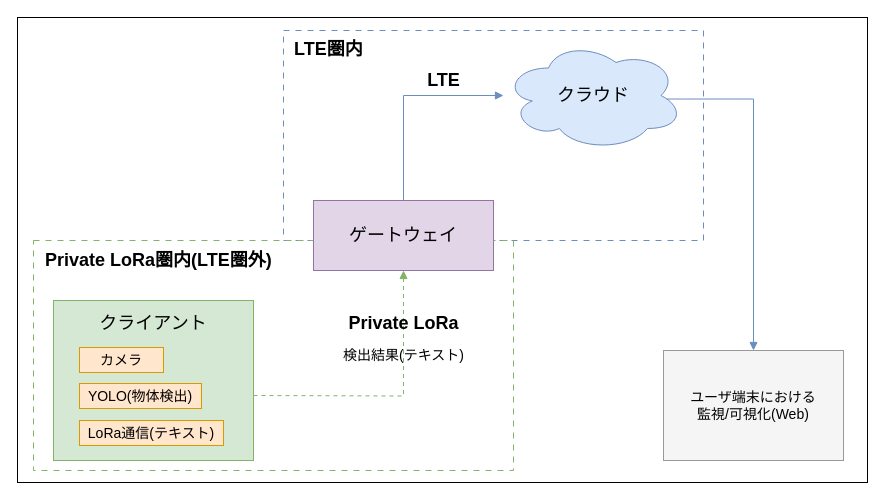
This is images/system.drawio from Applica-760/contest-archive, a draw.io file, before an edit. Source tidied: cells renumbered, new cells numbered last; positions are measured from the earlier drawing's top-left corner, leaving out a move shared by most shapes. Both pictures are drawn from the tidied source at 100%, with x=0, y=0 at pixel (17, 17).
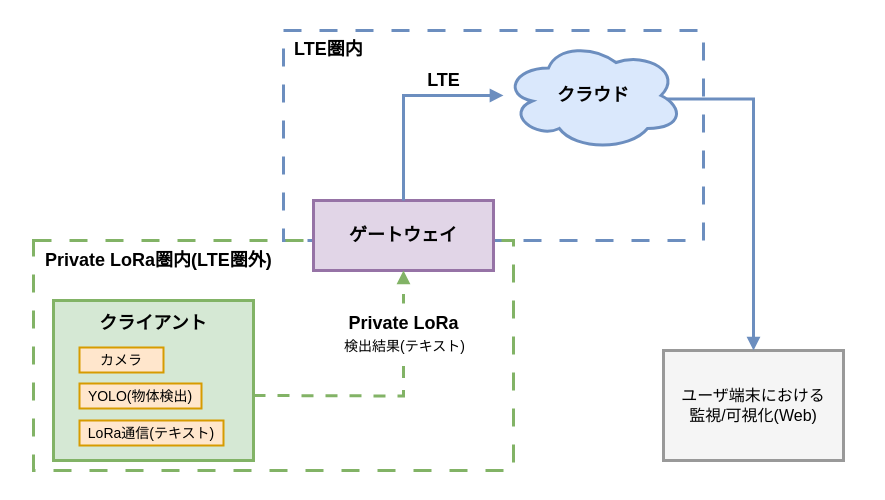
The same diagram, later.

Diff of the diagram source:
```diff
@@
-    <mxCell id="2" style="whiteSpace=wrap;html=1;fillColor=light-dark(#FFFFFF,#000000);" parent="1" vertex="1">
+    <mxCell id="2" style="whiteSpace=wrap;html=1;fillColor=light-dark(#FFFFFF,#000000);strokeColor=none;" parent="1" vertex="1">
       <mxGeometry width="850" height="465" as="geometry" />
     </mxCell>
-    <mxCell id="3" style="shape=rectangle;whiteSpace=wrap;html=1;rounded=0;dashed=1;dashPattern=6 6;strokeColor=#6c8ebf;fillColor=none;" parent="1" vertex="1">
+    <mxCell id="3" style="shape=rectangle;whiteSpace=wrap;html=1;rounded=0;dashed=1;dashPattern=6 6;strokeColor=#6c8ebf;fillColor=none;strokeWidth=3;" parent="1" vertex="1">
       <mxGeometry x="266" y="13" width="420" height="210" as="geometry" />
     </mxCell>
-    <mxCell id="4" style="shape=rectangle;whiteSpace=wrap;html=1;rounded=0;dashed=1;dashPattern=6 6;strokeColor=#82b366;fillColor=none;" parent="1" vertex="1">
+    <mxCell id="4" style="shape=rectangle;whiteSpace=wrap;html=1;rounded=0;dashed=1;dashPattern=6 6;strokeColor=#82b366;fillColor=none;strokeWidth=3;" parent="1" vertex="1">
       <mxGeometry x="16" y="223" width="480" height="230" as="geometry" />
     </mxCell>
-    <mxCell id="5" value="&lt;font style=&quot;font-size: 18px;&quot;&gt;クラウド&lt;/font&gt;" style="whiteSpace=wrap;html=1;shape=cloud;fillColor=#dae8fc;strokeColor=#6c8ebf;fontSize=16;" parent="1" vertex="1">
+    <mxCell id="5" value="&lt;font style=&quot;font-size: 18px;&quot;&gt;&lt;b&gt;クラウド&lt;/b&gt;&lt;/font&gt;" style="whiteSpace=wrap;html=1;shape=cloud;fillColor=#dae8fc;strokeColor=#6c8ebf;fontSize=16;strokeWidth=3;" parent="1" vertex="1">
       <mxGeometry x="486" y="23" width="180" height="110" as="geometry" />
     </mxCell>
-    <mxCell id="6" value="&lt;font style=&quot;font-size: 18px;&quot;&gt;ゲートウェイ&lt;/font&gt;" style="rounded=0;whiteSpace=wrap;html=1;fillColor=#e1d5e7;strokeColor=#9673a6;fontSize=16;" parent="1" vertex="1">
+    <mxCell id="6" value="&lt;font style=&quot;font-size: 18px;&quot;&gt;&lt;b&gt;ゲートウェイ&lt;/b&gt;&lt;/font&gt;" style="rounded=0;whiteSpace=wrap;html=1;fillColor=#e1d5e7;strokeColor=#9673a6;fontSize=16;strokeWidth=3;" parent="1" vertex="1">
       <mxGeometry x="296" y="183" width="180" height="70" as="geometry" />
     </mxCell>
@@
-    <mxCell id="8" value="&lt;font style=&quot;font-size: 18px;&quot;&gt;クライアント&lt;/font&gt;" style="rounded=0;whiteSpace=wrap;html=1;fillColor=#d5e8d4;strokeColor=#82b366;fontSize=14;verticalAlign=top;spacingTop=6;" parent="1" vertex="1">
+    <mxCell id="8" value="&lt;font style=&quot;font-size: 18px;&quot;&gt;&lt;b&gt;クライアント&lt;/b&gt;&lt;/font&gt;" style="rounded=0;whiteSpace=wrap;html=1;fillColor=#d5e8d4;strokeColor=#82b366;fontSize=14;verticalAlign=top;spacingTop=6;strokeWidth=3;" parent="1" vertex="1">
       <mxGeometry x="36" y="283" width="200" height="160" as="geometry" />
     </mxCell>
-    <mxCell id="9" value="&lt;font style=&quot;font-size: 14px;&quot;&gt;YOLO(物体検出)&lt;/font&gt;" style="whiteSpace=wrap;html=1;rounded=0;fillColor=#ffe6cc;strokeColor=#d79b00;fontSize=12;" parent="1" vertex="1">
+    <mxCell id="9" value="&lt;font style=&quot;font-size: 14px;&quot;&gt;YOLO(物体検出)&lt;/font&gt;" style="whiteSpace=wrap;html=1;rounded=0;fillColor=#ffe6cc;strokeColor=#d79b00;fontSize=12;strokeWidth=2;" parent="1" vertex="1">
       <mxGeometry x="62" y="366" width="122" height="25" as="geometry" />
     </mxCell>
-    <mxCell id="10" style="edgeStyle=orthogonalEdgeStyle;rounded=0;jettySize=auto;html=1;endArrow=block;endFill=1;strokeColor=#6c8ebf;exitX=0.5;exitY=0;exitDx=0;exitDy=0;" parent="1" edge="1" source="6" target="5">
+    <mxCell id="10" style="edgeStyle=orthogonalEdgeStyle;rounded=0;jettySize=auto;html=1;endArrow=block;endFill=1;strokeColor=#6c8ebf;exitX=0.5;exitY=0;exitDx=0;exitDy=0;strokeWidth=3;" parent="1" edge="1" source="6" target="5">
       <mxGeometry relative="1" as="geometry">
         <Array as="points">
           <mxPoint x="386" y="78" />
         </Array>
       </mxGeometry>
     </mxCell>
@@
-    <mxCell id="13" value="ユーザ端末における&lt;br&gt;監視/可視化(Web)" style="rounded=0;whiteSpace=wrap;html=1;fillColor=light-dark(#F5F5F5,#666666);strokeColor=light-dark(#999999,#F5F5F5);fontSize=14;" parent="1" vertex="1">
+    <mxCell id="13" value="&lt;font style=&quot;font-size: 16px;&quot;&gt;ユーザ端末における&lt;br&gt;監視/可視化(Web)&lt;/font&gt;" style="rounded=0;whiteSpace=wrap;html=1;fillColor=light-dark(#F5F5F5,#666666);strokeColor=light-dark(#999999,#F5F5F5);fontSize=14;strokeWidth=3;" parent="1" vertex="1">
       <mxGeometry x="646" y="333" width="180" height="110" as="geometry" />
     </mxCell>
-    <mxCell id="14" style="edgeStyle=orthogonalEdgeStyle;rounded=0;jettySize=auto;html=1;dashed=1;dashPattern=4 4;endArrow=block;endFill=1;strokeColor=#82b366;labelBackgroundColor=#ffffff;entryX=0.5;entryY=1;entryDx=0;entryDy=0;" parent="1" edge="1" target="6">
+    <mxCell id="14" style="edgeStyle=orthogonalEdgeStyle;rounded=0;jettySize=auto;html=1;dashed=1;dashPattern=4 4;endArrow=block;endFill=1;strokeColor=#82b366;labelBackgroundColor=#ffffff;entryX=0.5;entryY=1;entryDx=0;entryDy=0;strokeWidth=3;" parent="1" edge="1" target="6">
       <mxGeometry x="0.42" relative="1" as="geometry">
         <mxPoint x="236" y="378" as="sourcePoint" />
       </mxGeometry>
     </mxCell>
-    <mxCell id="15" value="&lt;font style=&quot;font-size: 18px;&quot;&gt;Private LoRa&lt;/font&gt;" style="text;html=1;align=center;verticalAlign=middle;strokeColor=none;fillColor=none;fontSize=14;fontStyle=1;" parent="1" vertex="1">
+    <mxCell id="15" value="&lt;font style=&quot;font-size: 18px;&quot;&gt;Private LoRa&lt;/font&gt;" style="text;html=1;align=center;verticalAlign=middle;strokeColor=none;fillColor=default;fontSize=14;fontStyle=1;" parent="1" vertex="1">
       <mxGeometry x="321" y="286" width="130" height="40" as="geometry" />
     </mxCell>
-    <mxCell id="16" style="edgeStyle=orthogonalEdgeStyle;rounded=0;jettySize=auto;html=1;endArrow=block;endFill=1;strokeColor=#6c8ebf;labelBackgroundColor=#ffffff;exitX=0.907;exitY=0.532;exitDx=0;exitDy=0;exitPerimeter=0;entryX=0.5;entryY=0;entryDx=0;entryDy=0;" parent="1" edge="1" source="5" target="13">
+    <mxCell id="16" style="edgeStyle=orthogonalEdgeStyle;rounded=0;jettySize=auto;html=1;endArrow=block;endFill=1;strokeColor=#6c8ebf;labelBackgroundColor=#ffffff;exitX=0.907;exitY=0.532;exitDx=0;exitDy=0;exitPerimeter=0;entryX=0.5;entryY=0;entryDx=0;entryDy=0;strokeWidth=3;" parent="1" edge="1" source="5" target="13">
       <mxGeometry x="0.65" relative="1" as="geometry">
         <Array as="points">
           <mxPoint x="736" y="82" />
         </Array>
       </mxGeometry>
     </mxCell>
-    <mxCell id="17" value="&lt;font style=&quot;font-size: 14px;&quot;&gt;カメラ&lt;/font&gt;" style="whiteSpace=wrap;html=1;rounded=0;fillColor=#ffe6cc;strokeColor=#d79b00;fontSize=12;" parent="1" vertex="1">
+    <mxCell id="17" value="&lt;font style=&quot;font-size: 14px;&quot;&gt;カメラ&lt;/font&gt;" style="whiteSpace=wrap;html=1;rounded=0;fillColor=#ffe6cc;strokeColor=#d79b00;fontSize=12;strokeWidth=2;" parent="1" vertex="1">
       <mxGeometry x="62" y="330" width="84" height="25" as="geometry" />
     </mxCell>
-    <mxCell id="18" value="&lt;font style=&quot;font-size: 14px;&quot;&gt;LoRa通信(テキスト)&lt;/font&gt;" style="whiteSpace=wrap;html=1;rounded=0;fillColor=#ffe6cc;strokeColor=#d79b00;fontSize=12;" parent="1" vertex="1">
+    <mxCell id="18" value="&lt;font style=&quot;font-size: 14px;&quot;&gt;LoRa通信(テキスト)&lt;/font&gt;" style="whiteSpace=wrap;html=1;rounded=0;fillColor=#ffe6cc;strokeColor=#d79b00;fontSize=12;strokeWidth=2;" parent="1" vertex="1">
       <mxGeometry x="62" y="403" width="144" height="25" as="geometry" />
     </mxCell>
-    <mxCell id="19" value="&lt;font style=&quot;font-size: 14px;&quot;&gt;検出結果(テキスト)&lt;/font&gt;" style="text;html=1;align=center;verticalAlign=middle;strokeColor=none;fillColor=none;" parent="1" vertex="1">
-      <mxGeometry x="316" y="323" width="140" height="30" as="geometry" />
+    <mxCell id="19" value="&lt;font style=&quot;font-size: 14px;&quot;&gt;検出結果(テキスト)&lt;/font&gt;" style="text;html=1;align=center;verticalAlign=middle;strokeColor=none;fillColor=default;" parent="1" vertex="1">
+      <mxGeometry x="317" y="314" width="140" height="30" as="geometry" />
     </mxCell>
```
